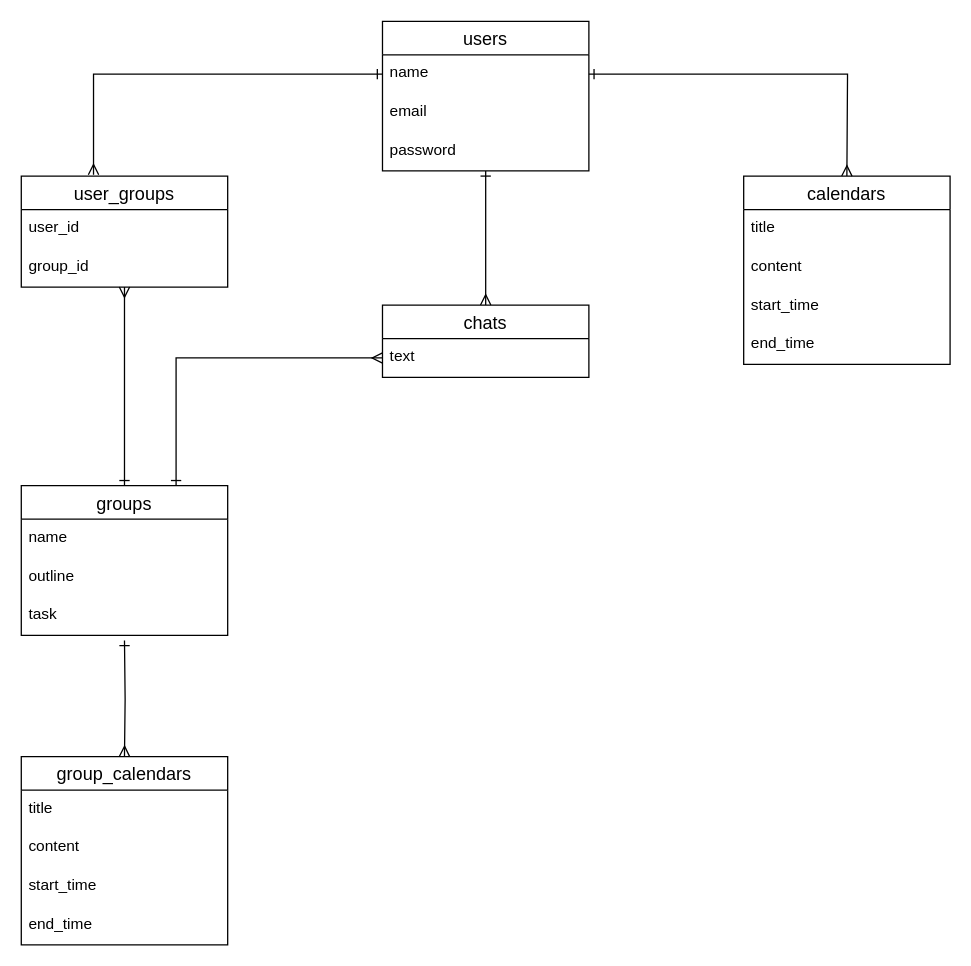
Above: group_calendar_er.dio in yamaday0u/group_calendar (draw.io), before the change. Source tidied: cells renumbered, new cells numbered last; positions are measured from the earlier drawing's top-left corner, leaving out a move shared by most shapes. Both pictures are drawn from the tidied source at 129%, with x=0, y=0 at pixel (21, 21).
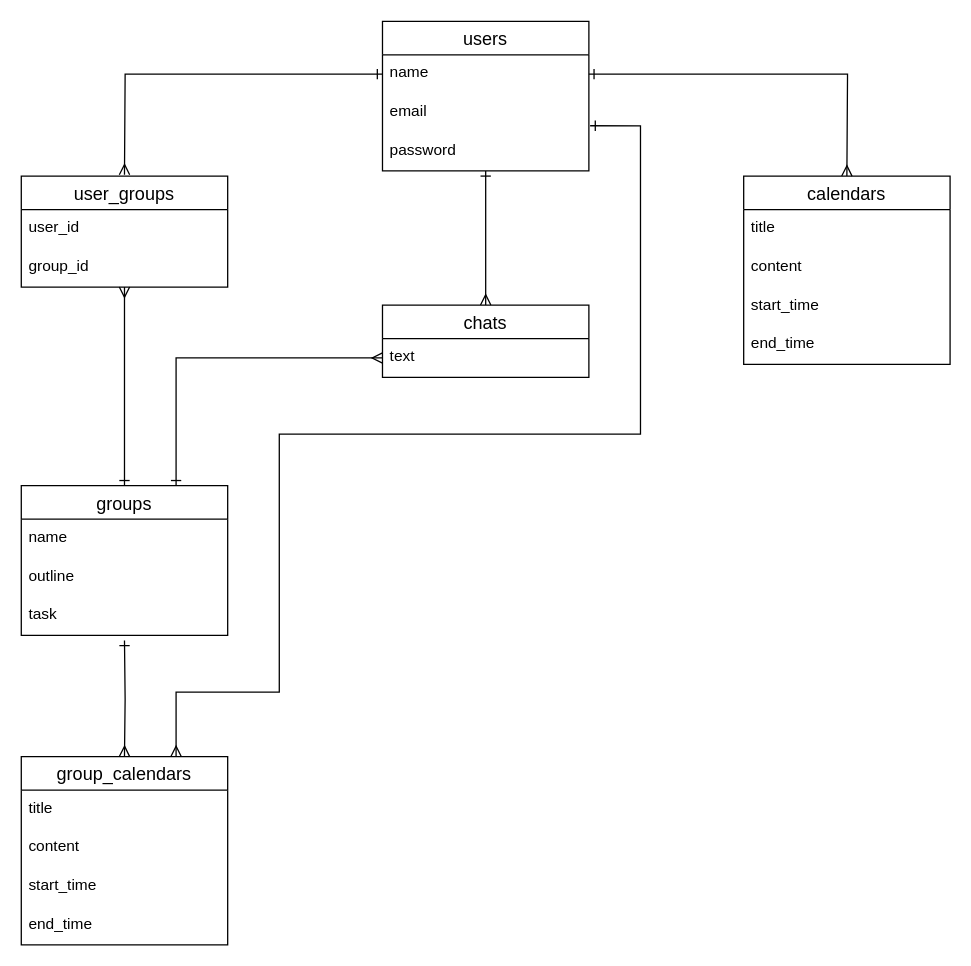
After the change.

Commit message (it also covers changes not shown here):
Updated entity relationship diagram

Unchanged cells that the change refers to:
```xml
<mxCell id="3" value="name" style="text;strokeColor=none;fillColor=none;spacingLeft=4;spacingRight=4;overflow=hidden;points=[[0,0.5],[1,0.5]];portConstraint=eastwest;fontSize=12;" parent="2" vertex="1">
  <mxGeometry y="26" width="160" height="30" as="geometry" />
</mxCell>
<mxCell id="4" value="email" style="text;strokeColor=none;fillColor=none;spacingLeft=4;spacingRight=4;overflow=hidden;points=[[0,0.5],[1,0.5]];portConstraint=eastwest;fontSize=12;" parent="2" vertex="1">
  <mxGeometry y="56" width="160" height="30" as="geometry" />
</mxCell>
<mxCell id="16" value="user_groups" style="swimlane;fontStyle=0;horizontal=1;startSize=26;align=center;fontSize=14;" parent="1" vertex="1">
  <mxGeometry y="120" width="160" height="86" as="geometry" />
</mxCell>
<mxCell id="26" value="group_calendars" style="swimlane;fontStyle=0;horizontal=1;startSize=26;align=center;fontSize=14;" parent="1" vertex="1">
  <mxGeometry y="570" width="160" height="146" as="geometry" />
</mxCell>
```

Diff of the diagram source:
```diff
@@
-    <mxCell id="19" style="edgeStyle=orthogonalEdgeStyle;rounded=0;jettySize=auto;html=1;exitX=0;exitY=0.5;exitDx=0;exitDy=0;entryX=0.35;entryY=-0.012;entryDx=0;entryDy=0;entryPerimeter=0;endArrow=ERmany;endFill=0;startArrow=ERone;startFill=0;" parent="1" edge="1" source="3" target="16">
-      <mxGeometry relative="1" as="geometry" />
+    <mxCell id="19" style="edgeStyle=orthogonalEdgeStyle;rounded=0;jettySize=auto;html=1;exitX=0;exitY=0.5;exitDx=0;exitDy=0;endArrow=ERmany;endFill=0;startArrow=ERone;startFill=0;" parent="1" edge="1" source="3">
+      <mxGeometry relative="1" as="geometry">
+        <mxPoint x="80" y="119" as="targetPoint" />
+      </mxGeometry>
     </mxCell>
@@
+    <mxCell id="31" style="endArrow=ERmany;html=1;endFill=0;startArrow=ERone;startFill=0;exitX=1.006;exitY=0.833;exitDx=0;exitDy=0;exitPerimeter=0;entryX=0.75;entryY=0;entryDx=0;entryDy=0;rounded=0;" parent="1" edge="1" source="4" target="26">
+      <mxGeometry relative="1" as="geometry">
+        <Array as="points">
+          <mxPoint x="480" y="81" />
+          <mxPoint x="480" y="320" />
+          <mxPoint x="200" y="320" />
+          <mxPoint x="200" y="520" />
+          <mxPoint x="120" y="520" />
+        </Array>
+      </mxGeometry>
+    </mxCell>
```
